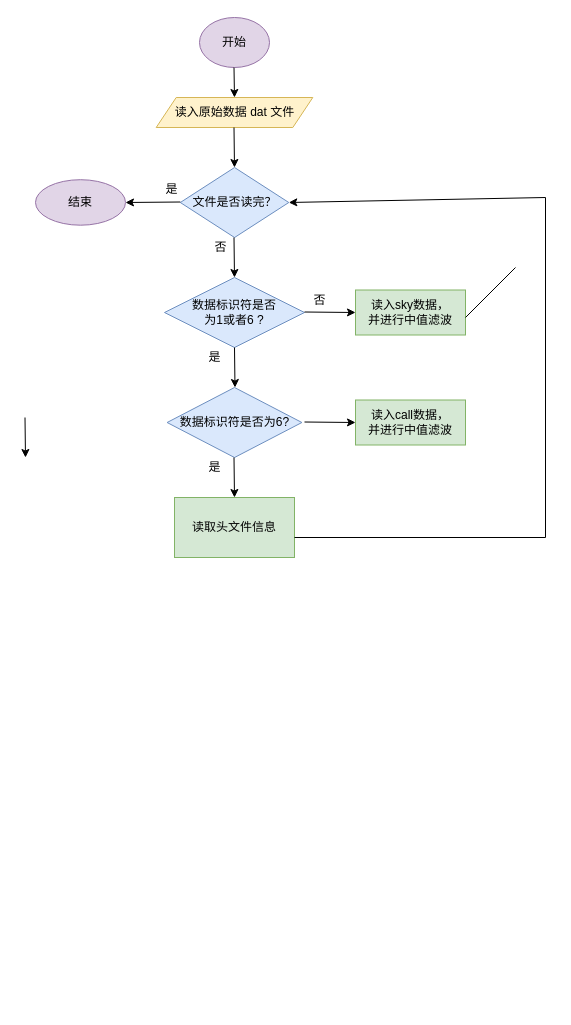
Before: fastpsw3.drawio in luoluo19550418/drawio, a draw.io diagram. Source tidied: cells renumbered, new cells numbered last; positions are measured from the earlier drawing's top-left corner, leaving out a move shared by most shapes. Both pictures are drawn from the tidied source at 100%, with x=0, y=0 at pixel (25, 17).
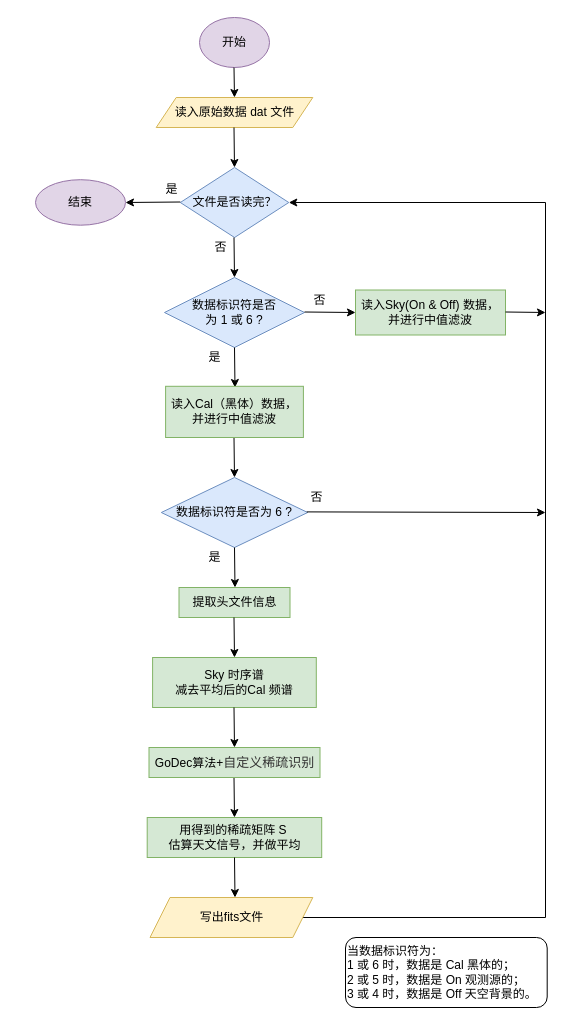
The same page after the edit.

Unchanged cells that the change refers to:
```xml
<mxCell id="5" value="文件是否读完？" style="rhombus;whiteSpace=wrap;html=1;fillColor=#dae8fc;strokeColor=#6c8ebf;" parent="1" vertex="1">
  <mxGeometry x="154.8" y="150" width="108.5" height="70" as="geometry" />
</mxCell>
```

Change to the diagram source:
```diff
@@
-    <mxCell id="11" value="数据标识符是否&lt;br&gt;为1或者6 ?" style="rhombus;whiteSpace=wrap;html=1;fillColor=#dae8fc;strokeColor=#6c8ebf;" parent="1" vertex="1">
+    <mxCell id="11" value="数据标识符是否&lt;br&gt;为 1 或 6 ?" style="rhombus;whiteSpace=wrap;html=1;fillColor=#dae8fc;strokeColor=#6c8ebf;" parent="1" vertex="1">
       <mxGeometry x="139" y="260" width="140" height="70" as="geometry" />
     </mxCell>
@@
-    <mxCell id="15" value="读入sky数据，&lt;br&gt;并进行中值滤波" style="rounded=0;whiteSpace=wrap;html=1;fillColor=#d5e8d4;strokeColor=#82b366;" parent="1" vertex="1">
-      <mxGeometry x="330" y="272.5" width="110" height="45" as="geometry" />
+    <mxCell id="15" value="读入Sky(On &amp;amp; Off) 数据，并进行中值滤波" style="rounded=0;whiteSpace=wrap;html=1;fillColor=#d5e8d4;strokeColor=#82b366;" parent="1" vertex="1">
+      <mxGeometry x="330" y="272.5" width="150" height="45" as="geometry" />
     </mxCell>
-    <mxCell id="16" style="endArrow=none;html=1;rounded=0;" parent="1" edge="1">
-      <mxGeometry relative="1" as="geometry">
-        <mxPoint x="440" y="300" as="sourcePoint" />
-        <mxPoint x="490" y="250" as="targetPoint" />
-      </mxGeometry>
-    </mxCell>
@@
-    <mxCell id="19" value="数据标识符是否为6?" style="rhombus;whiteSpace=wrap;html=1;fillColor=#dae8fc;strokeColor=#6c8ebf;" parent="1" vertex="1">
-      <mxGeometry x="141.6" y="370" width="134.8" height="70" as="geometry" />
+    <mxCell id="19" value="数据标识符是否为 6 ?" style="rhombus;whiteSpace=wrap;html=1;fillColor=#dae8fc;strokeColor=#6c8ebf;" parent="1" vertex="1">
+      <mxGeometry x="135.8" y="460" width="146.4" height="70" as="geometry" />
     </mxCell>
     <mxCell id="20" style="endArrow=classic;html=1;rounded=0;" parent="1" edge="1">
       <mxGeometry relative="1" as="geometry">
-        <mxPoint x="208.5" y="440" as="sourcePoint" />
-        <mxPoint x="209" y="480" as="targetPoint" />
+        <mxPoint x="208.5" y="420" as="sourcePoint" />
+        <mxPoint x="209" y="460" as="targetPoint" />
       </mxGeometry>
     </mxCell>
-    <mxCell id="21" style="endArrow=classic;html=1;rounded=0;" parent="1" edge="1">
-      <mxGeometry relative="1" as="geometry">
-        <mxPoint x="-0.5" y="400" as="sourcePoint" />
-        <mxPoint y="440" as="targetPoint" />
-      </mxGeometry>
-    </mxCell>
     <mxCell id="22" value="是" style="text;html=1;align=center;verticalAlign=middle;strokeColor=none;fillColor=none;" parent="1" vertex="1">
-      <mxGeometry x="174" y="440" width="30" height="20" as="geometry" />
+      <mxGeometry x="174" y="530" width="30" height="20" as="geometry" />
     </mxCell>
-    <mxCell id="23" style="endArrow=classic;html=1;rounded=0;" parent="1" edge="1">
+    <mxCell id="23" style="endArrow=classic;html=1;rounded=0;exitX=0.161;exitY=1.22;exitDx=0;exitDy=0;exitPerimeter=0;" parent="1" edge="1" source="27">
       <mxGeometry relative="1" as="geometry">
-        <mxPoint x="279" y="404.5" as="sourcePoint" />
-        <mxPoint x="330" y="405" as="targetPoint" />
+        <mxPoint x="520" y="495" as="targetPoint" />
       </mxGeometry>
     </mxCell>
-    <mxCell id="24" value="读入call数据，&lt;br&gt;并进行中值滤波" style="rounded=0;whiteSpace=wrap;html=1;fillColor=#d5e8d4;strokeColor=#82b366;" parent="1" vertex="1">
-      <mxGeometry x="330" y="382.5" width="110" height="45" as="geometry" />
+    <mxCell id="24" value="读入Cal（黑体）数据，&lt;br&gt;并进行中值滤波" style="rounded=0;whiteSpace=wrap;html=1;fillColor=#d5e8d4;strokeColor=#82b366;" parent="1" vertex="1">
+      <mxGeometry x="140.1" y="368.8" width="137.8" height="51.2" as="geometry" />
     </mxCell>
-    <mxCell id="25" value="读取头文件信息" style="rounded=0;whiteSpace=wrap;html=1;fillColor=#d5e8d4;strokeColor=#82b366;" parent="1" vertex="1">
-      <mxGeometry x="149" y="480" width="120" height="60" as="geometry" />
+    <mxCell id="25" value="提取头文件信息" style="rounded=0;whiteSpace=wrap;html=1;fillColor=#d5e8d4;strokeColor=#82b366;" parent="1" vertex="1">
+      <mxGeometry x="153.5" y="570" width="111" height="30" as="geometry" />
     </mxCell>
-    <mxCell id="26" style="endArrow=classic;html=1;rounded=0;entryX=1;entryY=0.5;entryDx=0;entryDy=0;" parent="1" edge="1" target="5">
+    <mxCell id="26" style="endArrow=classic;html=1;rounded=0;entryX=1;entryY=0.5;entryDx=0;entryDy=0;exitX=1;exitY=0.5;exitDx=0;exitDy=0;" parent="1" edge="1" source="35" target="5">
       <mxGeometry relative="1" as="geometry">
-        <mxPoint x="269" y="520" as="sourcePoint" />
         <Array as="points">
-          <mxPoint x="520" y="520" />
-          <mxPoint x="520" y="180" />
+          <mxPoint x="520" y="900" />
+          <mxPoint x="520" y="185" />
         </Array>
       </mxGeometry>
     </mxCell>
+    <mxCell id="27" value="否" style="text;html=1;align=center;verticalAlign=middle;points=[];strokeColor=none;fillColor=none;" parent="1" vertex="1">
+      <mxGeometry x="276.4" y="470" width="30" height="20" as="geometry" />
+    </mxCell>
+    <mxCell id="28" style="endArrow=classic;html=1;rounded=0;" parent="1" edge="1">
+      <mxGeometry relative="1" as="geometry">
+        <mxPoint x="209" y="530" as="sourcePoint" />
+        <mxPoint x="209.5" y="570" as="targetPoint" />
+      </mxGeometry>
+    </mxCell>
+    <mxCell id="29" value="&lt;div&gt;Sky 时序谱&lt;/div&gt;&lt;div&gt;减去平均后的Cal 频谱&lt;/div&gt;" style="rounded=0;whiteSpace=wrap;html=1;fillColor=#d5e8d4;strokeColor=#82b366;" parent="1" vertex="1">
+      <mxGeometry x="127.1" y="640" width="163.7" height="50" as="geometry" />
+    </mxCell>
+    <mxCell id="30" style="endArrow=classic;html=1;rounded=0;" parent="1" edge="1">
+      <mxGeometry relative="1" as="geometry">
+        <mxPoint x="208.5" y="760" as="sourcePoint" />
+        <mxPoint x="209" y="800" as="targetPoint" />
+      </mxGeometry>
+    </mxCell>
+    <mxCell id="31" value="GoDec算法+&lt;span style=&quot;color: rgb(51, 51, 51); font-family: &amp;quot;Helvetica Neue&amp;quot;, Helvetica, Arial, &amp;quot;Hiragino Sans GB&amp;quot;, &amp;quot;Hiragino Sans GB W3&amp;quot;, &amp;quot;Microsoft YaHei UI&amp;quot;, &amp;quot;Microsoft YaHei&amp;quot;, sans-serif; font-size: 13px; text-align: start;&quot;&gt;自定义稀疏识别&lt;/span&gt;" style="rounded=0;whiteSpace=wrap;html=1;fillColor=#d5e8d4;strokeColor=#82b366;" parent="1" vertex="1">
+      <mxGeometry x="123.5" y="730" width="171" height="30" as="geometry" />
+    </mxCell>
+    <mxCell id="32" style="endArrow=classic;html=1;rounded=0;" parent="1" edge="1">
+      <mxGeometry relative="1" as="geometry">
+        <mxPoint x="208.5" y="600" as="sourcePoint" />
+        <mxPoint x="209" y="640" as="targetPoint" />
+      </mxGeometry>
+    </mxCell>
+    <mxCell id="33" value="&lt;div style=&quot;&quot;&gt;用得到的稀疏矩阵 S&amp;nbsp;&lt;/div&gt;&lt;div style=&quot;&quot;&gt;估算&lt;span style=&quot;background-color: initial;&quot;&gt;天文信号，并做平均&lt;/span&gt;&lt;/div&gt;" style="rounded=0;whiteSpace=wrap;html=1;fillColor=#d5e8d4;strokeColor=#82b366;" parent="1" vertex="1">
+      <mxGeometry x="121.7" y="800" width="174.5" height="40" as="geometry" />
+    </mxCell>
+    <mxCell id="34" style="endArrow=classic;html=1;rounded=0;" parent="1" edge="1">
+      <mxGeometry relative="1" as="geometry">
+        <mxPoint x="208.5" y="690" as="sourcePoint" />
+        <mxPoint x="209" y="730" as="targetPoint" />
+      </mxGeometry>
+    </mxCell>
+    <mxCell id="35" value="&lt;span style=&quot;&quot;&gt;写出fits文件&lt;/span&gt;" style="shape=parallelogram;perimeter=parallelogramPerimeter;whiteSpace=wrap;html=1;fixedSize=1;fillColor=#fff2cc;strokeColor=#d6b656;" parent="1" vertex="1">
+      <mxGeometry x="124.5" y="880" width="162.8" height="40" as="geometry" />
+    </mxCell>
+    <mxCell id="36" style="endArrow=classic;html=1;rounded=0;" parent="1" edge="1">
+      <mxGeometry relative="1" as="geometry">
+        <mxPoint x="480" y="294.5" as="sourcePoint" />
+        <mxPoint x="520" y="295" as="targetPoint" />
+      </mxGeometry>
+    </mxCell>
+    <mxCell id="37" value="&lt;span style=&quot;&quot;&gt;当数据标识符为：&lt;/span&gt;&lt;br style=&quot;&quot;&gt;&lt;span style=&quot;&quot;&gt;1 或 6 时，数据是 Cal 黑体的；&lt;/span&gt;&lt;br style=&quot;&quot;&gt;&lt;span style=&quot;&quot;&gt;2 或 5 时，数据是 On 观测源的；&lt;/span&gt;&lt;br style=&quot;&quot;&gt;&lt;span style=&quot;&quot;&gt;3 或 4 时，数据是 Off 天空背景的。&lt;/span&gt;" style="rounded=1;whiteSpace=wrap;html=1;align=left;" parent="1" vertex="1">
+      <mxGeometry x="320" y="920" width="201.7" height="70" as="geometry" />
+    </mxCell>
+    <mxCell id="38" style="endArrow=classic;html=1;rounded=0;" parent="1" edge="1">
+      <mxGeometry relative="1" as="geometry">
+        <mxPoint x="209" y="840" as="sourcePoint" />
+        <mxPoint x="209.5" y="880" as="targetPoint" />
+      </mxGeometry>
+    </mxCell>
```
